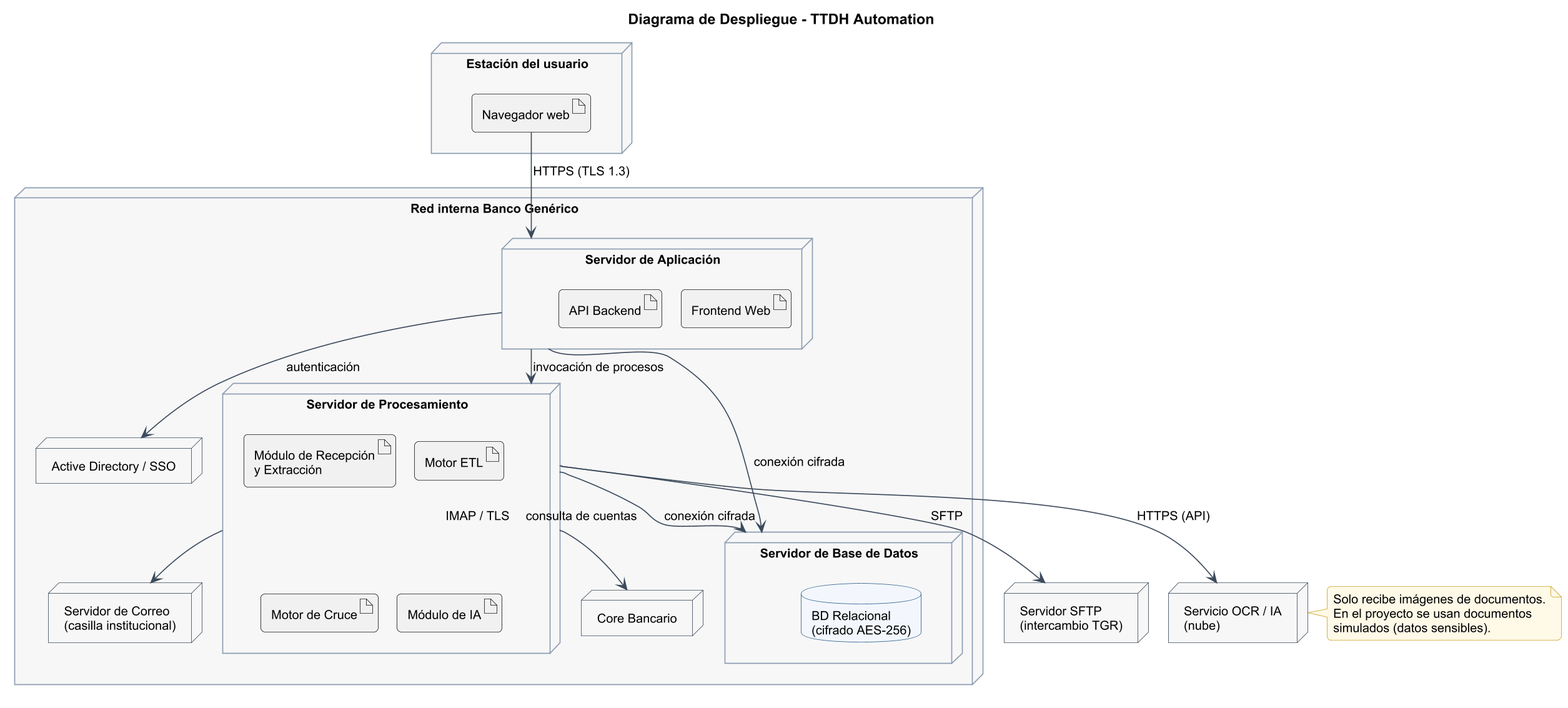
Before: Fase 2/Evidencias Proyecto/Evidencias de Documentación/Análisis y Diseño/Diagramas/04_despliegue.png, a diagram exported from PlantUML (JS-Ranker/CAPSTONE).
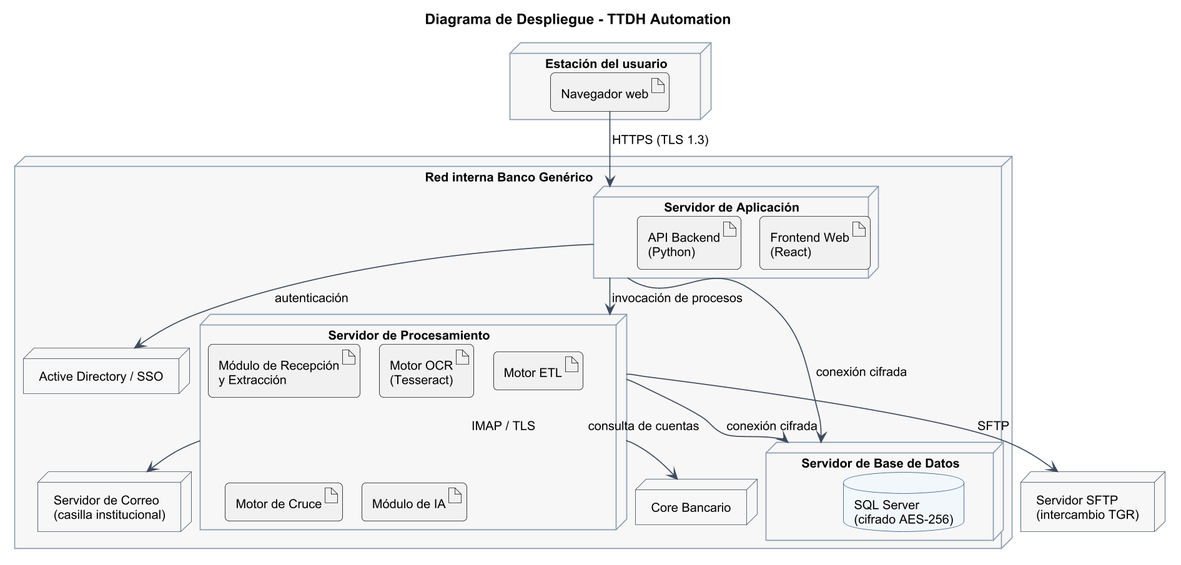
After the commit.

What changed in the source:
```diff
@@ -8,17 +8,18 @@
 
 node "Red interna Banco Genérico" as RED {
   node "Servidor de Aplicación" as APP {
-    artifact "Frontend Web" as A1
-    artifact "API Backend" as A2
+    artifact "Frontend Web\n(React)" as A1
+    artifact "API Backend\n(Python)" as A2
   }
   node "Servidor de Procesamiento" as PROC {
     artifact "Módulo de Recepción\ny Extracción" as P0
+    artifact "Motor OCR\n(Tesseract)" as P4
     artifact "Motor ETL" as P1
     artifact "Motor de Cruce" as P2
     artifact "Módulo de IA" as P3
   }
   node "Servidor de Base de Datos" as DBS {
-    database "BD Relacional\n(cifrado AES-256)" as DB
+    database "SQL Server\n(cifrado AES-256)" as DB
   }
   node "Active Directory / SSO" as AD
   node "Core Bancario" as CORE
@@ -26,12 +27,6 @@
 }
 
 node "Servidor SFTP\n(intercambio TGR)" as SFTP
-node "Servicio OCR / IA\n(nube)" as OCR
-note right of OCR
-  Solo recibe imágenes de documentos.
-  En el proyecto se usan documentos
-  simulados (datos sensibles).
-end note
 
 NAV --> APP : HTTPS (TLS 1.3)
 APP --> PROC : invocación de procesos
@@ -41,5 +36,4 @@
 PROC --> CORE : consulta de cuentas
 PROC --> SFTP : SFTP
 PROC --> MAIL : IMAP / TLS
-PROC --> OCR : HTTPS (API)
 @enduml
```
